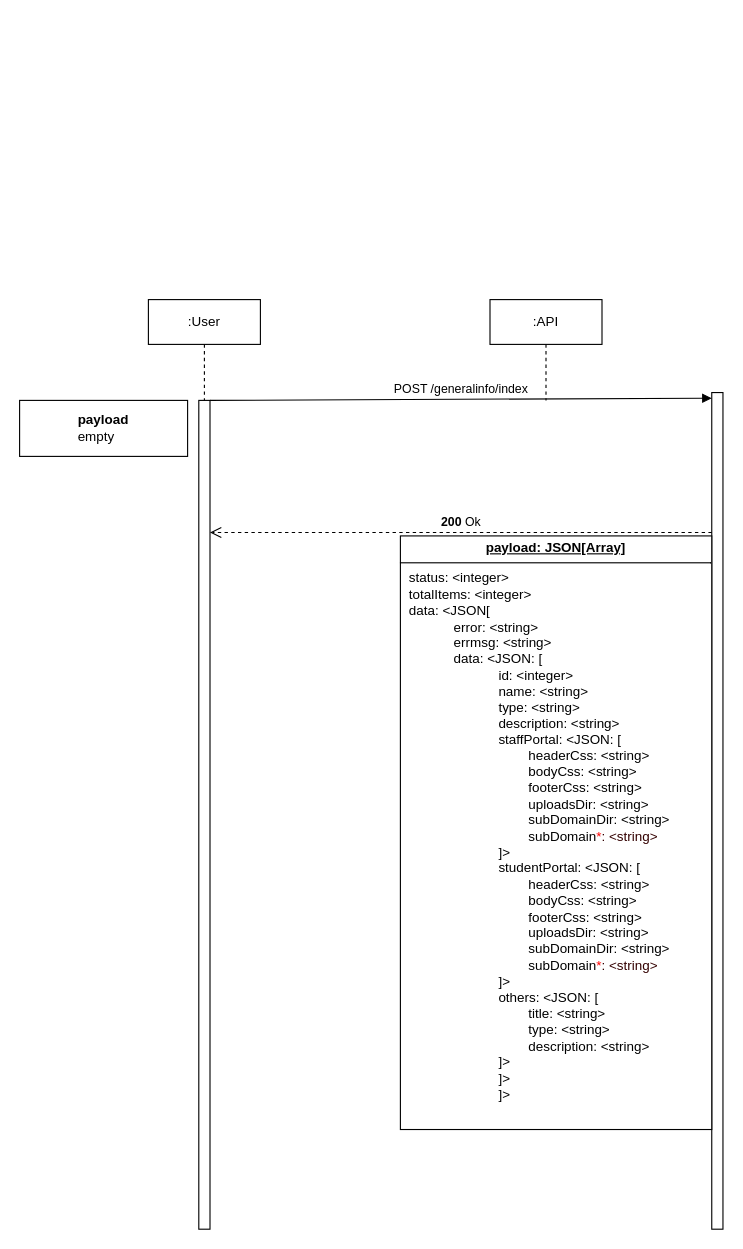
Above: page "All Schools For Search Workflow" (2 of 10) of scholar-api-flows1.drawio in olougepa/scholar-api (draw.io), before the change. Source tidied: cells renumbered, new cells numbered last; positions are measured from the earlier drawing's top-left corner, leaving out a move shared by most shapes. Both pictures are drawn from the tidied source at 112%, with x=0, y=0 at pixel (19, 299).
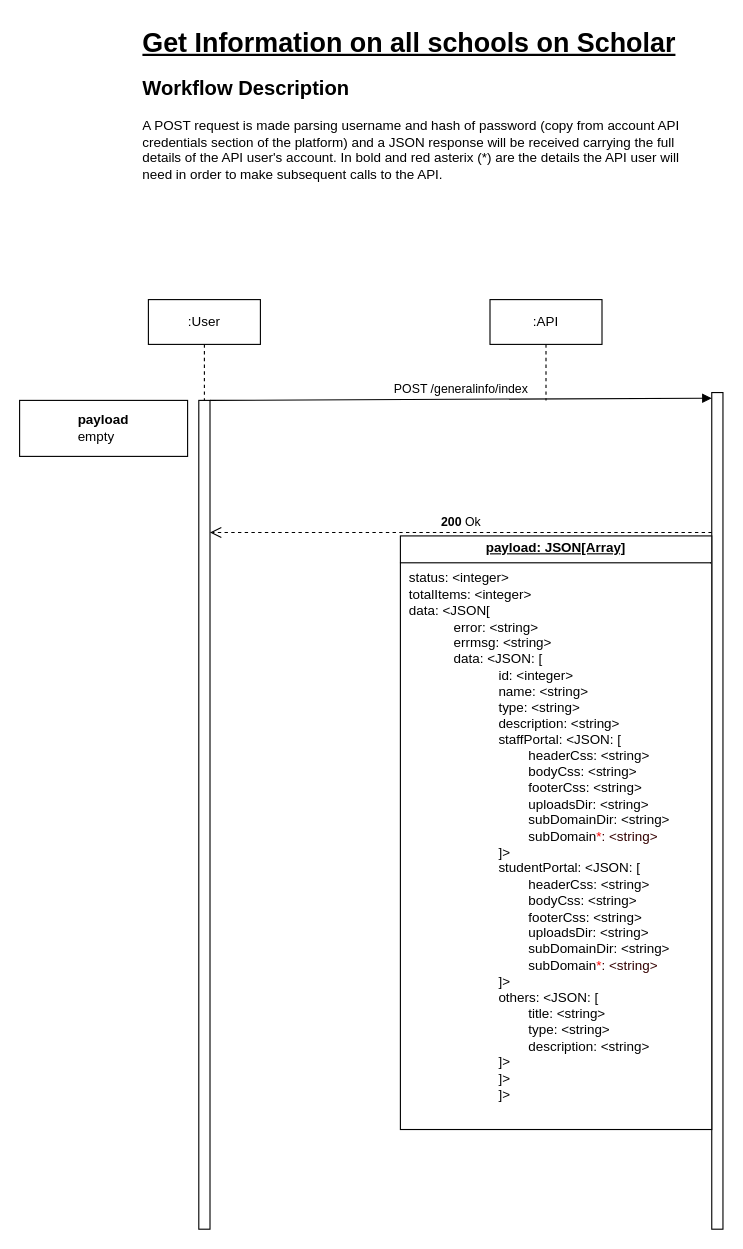
Above is the later version.

What changed in the source:
```diff
@@
 <mxGraphModel>
   <root>
     <mxCell id="0" />
     <mxCell id="1" parent="0" />
     <mxCell id="2" style="html=1;points=[[0,0,0,0,5],[0,1,0,0,-5],[1,0,0,0,5],[1,1,0,0,-5]];perimeter=orthogonalPerimeter;outlineConnect=0;targetShapes=umlLifeline;portConstraint=eastwest;newEdgeStyle={&quot;curved&quot;:0,&quot;rounded&quot;:0};" parent="1" vertex="1">
       <mxGeometry x="618" y="83" width="10" height="747" as="geometry" />
     </mxCell>
     <mxCell id="3" value="POST /generalinfo/index" style="html=1;verticalAlign=bottom;endArrow=block;curved=0;rounded=0;entryX=0;entryY=0;entryDx=0;entryDy=5;" parent="1" edge="1" source="5" target="2">
       <mxGeometry relative="1" as="geometry" />
     </mxCell>
     <mxCell id="4" value="&lt;b&gt;200&lt;/b&gt; Ok" style="html=1;verticalAlign=bottom;endArrow=open;dashed=1;endSize=8;curved=0;rounded=0;" parent="1" edge="1" source="2">
       <mxGeometry relative="1" as="geometry">
         <mxPoint x="170" y="208" as="targetPoint" />
       </mxGeometry>
     </mxCell>
     <mxCell id="5" style="html=1;points=[[0,0,0,0,5],[0,1,0,0,-5],[1,0,0,0,5],[1,1,0,0,-5]];perimeter=orthogonalPerimeter;outlineConnect=0;targetShapes=umlLifeline;portConstraint=eastwest;newEdgeStyle={&quot;curved&quot;:0,&quot;rounded&quot;:0};" parent="1" vertex="1">
       <mxGeometry x="160" y="90" width="10" height="740" as="geometry" />
     </mxCell>
     <mxCell id="6" value="&lt;p style=&quot;margin:0px;margin-top:4px;text-align:center;text-decoration:underline;&quot;&gt;&lt;b&gt;payload: JSON[Array]&lt;/b&gt;&lt;/p&gt;&lt;hr size=&quot;1&quot; style=&quot;border-style:solid;&quot;&gt;&lt;p style=&quot;margin:0px;margin-left:8px;&quot;&gt;status: &amp;lt;integer&amp;gt;&lt;/p&gt;&lt;p style=&quot;margin:0px;margin-left:8px;&quot;&gt;totalItems: &amp;lt;integer&amp;gt;&lt;/p&gt;&lt;p style=&quot;margin:0px;margin-left:8px;&quot;&gt;data: &amp;lt;JSON[&lt;/p&gt;&lt;blockquote style=&quot;margin: 0 0 0 40px; border: none; padding: 0px;&quot;&gt;&lt;p style=&quot;margin:0px;margin-left:8px;&quot;&gt;error: &amp;lt;string&amp;gt;&lt;/p&gt;&lt;p style=&quot;margin:0px;margin-left:8px;&quot;&gt;errmsg: &amp;lt;string&amp;gt;&lt;/p&gt;&lt;p style=&quot;margin:0px;margin-left:8px;&quot;&gt;data: &amp;lt;JSON: [&amp;nbsp;&lt;/p&gt;&lt;/blockquote&gt;&lt;blockquote style=&quot;margin: 0 0 0 40px; border: none; padding: 0px;&quot;&gt;&lt;blockquote style=&quot;margin: 0 0 0 40px; border: none; padding: 0px;&quot;&gt;&lt;p style=&quot;margin:0px;margin-left:8px;&quot;&gt;id: &amp;lt;integer&amp;gt;&lt;/p&gt;&lt;/blockquote&gt;&lt;blockquote style=&quot;margin: 0 0 0 40px; border: none; padding: 0px;&quot;&gt;&lt;p style=&quot;margin:0px;margin-left:8px;&quot;&gt;name: &amp;lt;string&amp;gt;&lt;/p&gt;&lt;/blockquote&gt;&lt;blockquote style=&quot;margin: 0 0 0 40px; border: none; padding: 0px;&quot;&gt;&lt;p style=&quot;margin:0px;margin-left:8px;&quot;&gt;type: &amp;lt;string&amp;gt;&lt;/p&gt;&lt;/blockquote&gt;&lt;blockquote style=&quot;margin: 0 0 0 40px; border: none; padding: 0px;&quot;&gt;&lt;p style=&quot;margin:0px;margin-left:8px;&quot;&gt;description: &amp;lt;string&amp;gt;&lt;/p&gt;&lt;/blockquote&gt;&lt;blockquote style=&quot;margin: 0 0 0 40px; border: none; padding: 0px;&quot;&gt;&lt;p style=&quot;margin:0px;margin-left:8px;&quot;&gt;staffPortal: &amp;lt;JSON: [&lt;/p&gt;&lt;/blockquote&gt;&lt;blockquote style=&quot;margin: 0 0 0 40px; border: none; padding: 0px;&quot;&gt;&lt;p style=&quot;margin:0px;margin-left:8px;&quot;&gt;&lt;span style=&quot;white-space: pre;&quot;&gt;&#9;&lt;/span&gt;headerCss: &amp;lt;string&amp;gt;&lt;/p&gt;&lt;/blockquote&gt;&lt;blockquote style=&quot;margin: 0 0 0 40px; border: none; padding: 0px;&quot;&gt;&lt;p style=&quot;margin:0px;margin-left:8px;&quot;&gt;&lt;span style=&quot;white-space: pre;&quot;&gt;&#9;&lt;/span&gt;bodyCss: &amp;lt;string&amp;gt;&lt;/p&gt;&lt;/blockquote&gt;&lt;blockquote style=&quot;margin: 0 0 0 40px; border: none; padding: 0px;&quot;&gt;&lt;p style=&quot;margin:0px;margin-left:8px;&quot;&gt;&lt;span style=&quot;white-space: pre;&quot;&gt;&#9;&lt;/span&gt;footerCss: &amp;lt;string&amp;gt;&lt;/p&gt;&lt;/blockquote&gt;&lt;blockquote style=&quot;margin: 0 0 0 40px; border: none; padding: 0px;&quot;&gt;&lt;p style=&quot;margin:0px;margin-left:8px;&quot;&gt;&lt;span style=&quot;white-space: pre;&quot;&gt;&#9;&lt;/span&gt;uploadsDir: &amp;lt;string&amp;gt;&lt;/p&gt;&lt;/blockquote&gt;&lt;blockquote style=&quot;margin: 0 0 0 40px; border: none; padding: 0px;&quot;&gt;&lt;p style=&quot;margin:0px;margin-left:8px;&quot;&gt;&lt;span style=&quot;white-space: pre;&quot;&gt;&#9;&lt;/span&gt;subDomainDir: &amp;lt;string&amp;gt;&lt;/p&gt;&lt;/blockquote&gt;&lt;blockquote style=&quot;margin: 0 0 0 40px; border: none; padding: 0px;&quot;&gt;&lt;p style=&quot;margin:0px;margin-left:8px;&quot;&gt;&lt;span style=&quot;white-space: pre;&quot;&gt;&#9;&lt;/span&gt;subDomain&lt;font color=&quot;#ff0000&quot;&gt;*&lt;/font&gt;&lt;font color=&quot;#330000&quot;&gt;: &amp;lt;string&amp;gt;&lt;/font&gt;&lt;/p&gt;&lt;/blockquote&gt;&lt;blockquote style=&quot;margin: 0 0 0 40px; border: none; padding: 0px;&quot;&gt;&lt;p style=&quot;margin:0px;margin-left:8px;&quot;&gt;]&amp;gt;&lt;/p&gt;&lt;/blockquote&gt;&lt;blockquote style=&quot;margin: 0 0 0 40px; border: none; padding: 0px;&quot;&gt;&lt;p style=&quot;margin: 0px 0px 0px 8px;&quot;&gt;studentPortal: &amp;lt;JSON: [&lt;/p&gt;&lt;/blockquote&gt;&lt;blockquote style=&quot;margin: 0 0 0 40px; border: none; padding: 0px;&quot;&gt;&lt;p style=&quot;margin: 0px 0px 0px 8px;&quot;&gt;&lt;span style=&quot;white-space: pre;&quot;&gt;&#9;&lt;/span&gt;headerCss: &amp;lt;string&amp;gt;&lt;/p&gt;&lt;/blockquote&gt;&lt;blockquote style=&quot;margin: 0 0 0 40px; border: none; padding: 0px;&quot;&gt;&lt;p style=&quot;margin: 0px 0px 0px 8px;&quot;&gt;&lt;span style=&quot;white-space: pre;&quot;&gt;&#9;&lt;/span&gt;bodyCss: &amp;lt;string&amp;gt;&lt;/p&gt;&lt;/blockquote&gt;&lt;blockquote style=&quot;margin: 0 0 0 40px; border: none; padding: 0px;&quot;&gt;&lt;p style=&quot;margin: 0px 0px 0px 8px;&quot;&gt;&lt;span style=&quot;white-space: pre;&quot;&gt;&#9;&lt;/span&gt;footerCss: &amp;lt;string&amp;gt;&lt;/p&gt;&lt;/blockquote&gt;&lt;blockquote style=&quot;margin: 0 0 0 40px; border: none; padding: 0px;&quot;&gt;&lt;p style=&quot;margin: 0px 0px 0px 8px;&quot;&gt;&lt;span style=&quot;white-space: pre;&quot;&gt;&#9;&lt;/span&gt;uploadsDir: &amp;lt;string&amp;gt;&lt;/p&gt;&lt;/blockquote&gt;&lt;blockquote style=&quot;margin: 0 0 0 40px; border: none; padding: 0px;&quot;&gt;&lt;p style=&quot;margin: 0px 0px 0px 8px;&quot;&gt;&lt;span style=&quot;white-space: pre;&quot;&gt;&#9;&lt;/span&gt;subDomainDir: &amp;lt;string&amp;gt;&lt;/p&gt;&lt;/blockquote&gt;&lt;blockquote style=&quot;margin: 0 0 0 40px; border: none; padding: 0px;&quot;&gt;&lt;p style=&quot;margin: 0px 0px 0px 8px;&quot;&gt;&lt;span style=&quot;white-space: pre;&quot;&gt;&#9;&lt;/span&gt;subDomain&lt;font color=&quot;#ff0000&quot;&gt;*&lt;/font&gt;&lt;font color=&quot;#330000&quot;&gt;: &amp;lt;string&amp;gt;&lt;/font&gt;&lt;/p&gt;&lt;/blockquote&gt;&lt;blockquote style=&quot;margin: 0 0 0 40px; border: none; padding: 0px;&quot;&gt;&lt;p style=&quot;margin: 0px 0px 0px 8px;&quot;&gt;]&amp;gt;&lt;/p&gt;&lt;/blockquote&gt;&lt;blockquote style=&quot;margin: 0 0 0 40px; border: none; padding: 0px;&quot;&gt;&lt;p style=&quot;margin: 0px 0px 0px 8px;&quot;&gt;others: &amp;lt;JSON: [&lt;/p&gt;&lt;/blockquote&gt;&lt;blockquote style=&quot;margin: 0 0 0 40px; border: none; padding: 0px;&quot;&gt;&lt;p style=&quot;margin: 0px 0px 0px 8px;&quot;&gt;&lt;span style=&quot;white-space: pre;&quot;&gt;&#9;&lt;/span&gt;title: &amp;lt;string&amp;gt;&lt;/p&gt;&lt;/blockquote&gt;&lt;blockquote style=&quot;margin: 0 0 0 40px; border: none; padding: 0px;&quot;&gt;&lt;p style=&quot;margin: 0px 0px 0px 8px;&quot;&gt;&lt;span style=&quot;white-space: pre;&quot;&gt;&#9;&lt;/span&gt;type: &amp;lt;string&amp;gt;&lt;/p&gt;&lt;/blockquote&gt;&lt;blockquote style=&quot;margin: 0 0 0 40px; border: none; padding: 0px;&quot;&gt;&lt;p style=&quot;margin: 0px 0px 0px 8px;&quot;&gt;&lt;span style=&quot;white-space: pre;&quot;&gt;&#9;&lt;/span&gt;description: &amp;lt;string&amp;gt;&lt;/p&gt;&lt;/blockquote&gt;&lt;blockquote style=&quot;margin: 0 0 0 40px; border: none; padding: 0px;&quot;&gt;&lt;p style=&quot;margin: 0px 0px 0px 8px;&quot;&gt;]&amp;gt;&lt;/p&gt;&lt;p style=&quot;margin: 0px 0px 0px 8px;&quot;&gt;]&amp;gt;&lt;/p&gt;&lt;p style=&quot;margin: 0px 0px 0px 8px;&quot;&gt;&lt;span style=&quot;background-color: initial;&quot;&gt;]&amp;gt;&lt;/span&gt;&lt;/p&gt;&lt;/blockquote&gt;&lt;/blockquote&gt;" style="verticalAlign=top;align=left;overflow=fill;html=1;whiteSpace=wrap;" parent="1" vertex="1">
       <mxGeometry x="340" y="211" width="278" height="530" as="geometry" />
     </mxCell>
     <mxCell id="7" value=":User" style="shape=umlLifeline;perimeter=lifelinePerimeter;whiteSpace=wrap;html=1;newEdgeStyle={&quot;curved&quot;:0,&quot;rounded&quot;:0};" parent="1" vertex="1">
       <mxGeometry x="115" width="100" height="90" as="geometry" />
     </mxCell>
     <mxCell id="8" value=":API" style="shape=umlLifeline;perimeter=lifelinePerimeter;whiteSpace=wrap;html=1;newEdgeStyle={&quot;curved&quot;:0,&quot;rounded&quot;:0};" parent="1" vertex="1">
       <mxGeometry x="420" width="100" height="90" as="geometry" />
     </mxCell>
     <mxCell id="9" value="&lt;div style=&quot;text-align: left;&quot;&gt;&lt;b style=&quot;background-color: initial;&quot;&gt;payload&lt;/b&gt;&lt;/div&gt;&lt;div style=&quot;text-align: left;&quot;&gt;empty&lt;/div&gt;" style="html=1;whiteSpace=wrap;" parent="1" vertex="1">
       <mxGeometry y="90" width="150" height="50" as="geometry" />
     </mxCell>
+    <mxCell id="10" value="&lt;h1 style=&quot;margin-top: 0px;&quot;&gt;&lt;u&gt;Get Information on all schools on Scholar&lt;/u&gt;&lt;/h1&gt;&lt;h2 style=&quot;margin-top: 0px;&quot;&gt;Workflow Description&lt;/h2&gt;&lt;p&gt;A POST request is made parsing username and hash of password (copy from account API credentials section of the platform) and a JSON response will be received carrying the full details of the API user's account. In bold and red asterix (*) are the details the API user will need in order to make subsequent calls to the API.&lt;/p&gt;" style="text;html=1;whiteSpace=wrap;overflow=hidden;rounded=0;" parent="1" vertex="1">
+      <mxGeometry x="108" y="-250" width="510" height="170" as="geometry" />
+    </mxCell>
   </root>
 </mxGraphModel>
```
